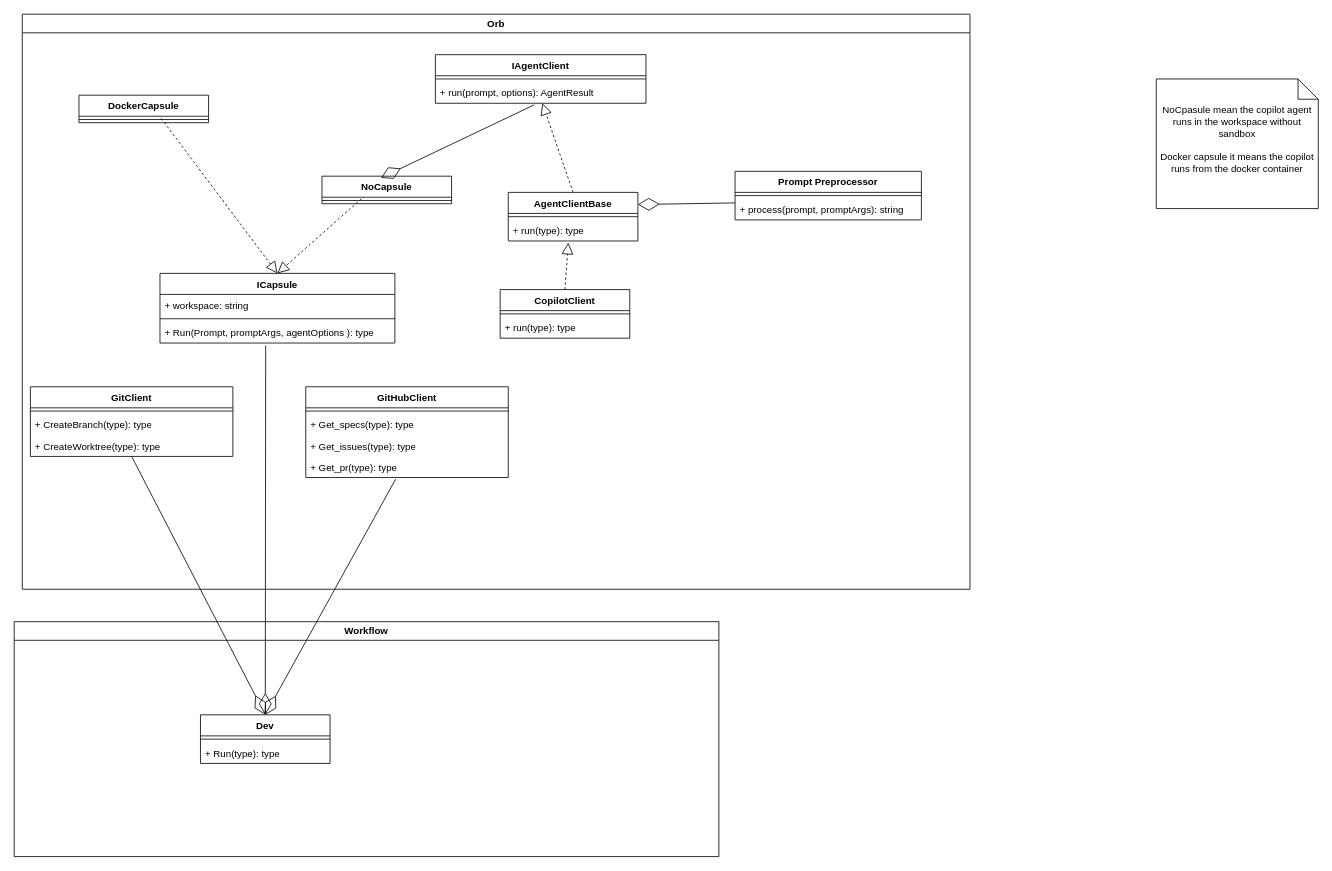
The draw.io diagram page "Class" (1 of 3) of Untitled Diagram.drawio in antshc/loop, before the edit. Source tidied: cells renumbered, new cells numbered last; positions are measured from the earlier drawing's top-left corner, leaving out a move shared by most shapes. Both pictures are drawn from the tidied source at 81%, with x=0, y=0 at pixel (14, 14).
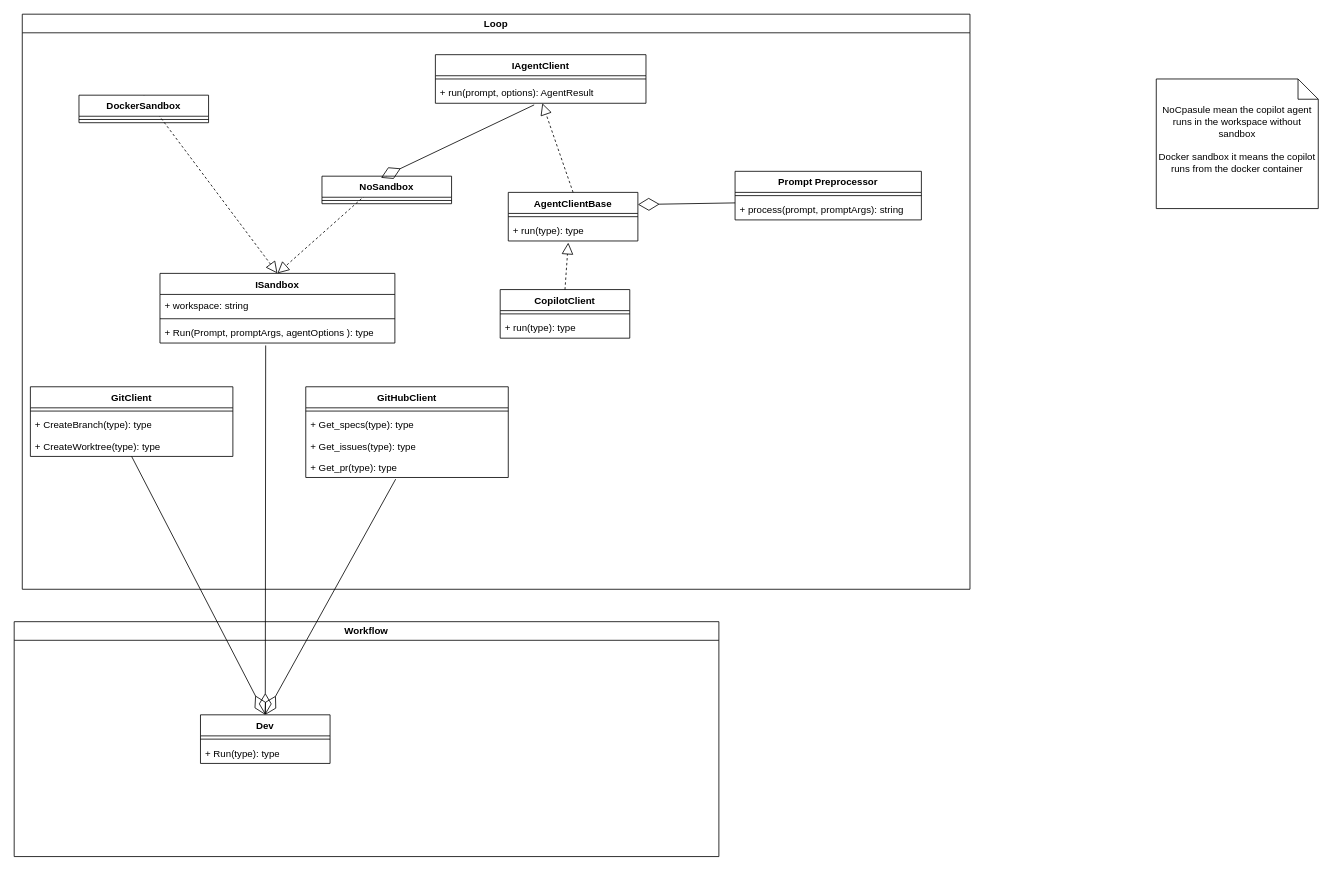
The same page after the edit.

Diff of the diagram source:
```diff
@@
-    <mxCell id="2" value="NoCpasule mean the copilot agent runs in the workspace without sandbox&lt;div&gt;&lt;br&gt;&lt;/div&gt;&lt;div&gt;Docker capsule it means the copilot runs from the docker container&lt;/div&gt;" style="shape=note2;boundedLbl=1;whiteSpace=wrap;html=1;size=25;verticalAlign=top;align=center;" parent="1" vertex="1">
+    <mxCell id="2" value="NoCpasule mean the copilot agent runs in the workspace without sandbox&lt;div&gt;&lt;br&gt;&lt;/div&gt;&lt;div&gt;Docker sandbox it means the copilot runs from the docker container&lt;/div&gt;" style="shape=note2;boundedLbl=1;whiteSpace=wrap;html=1;size=25;verticalAlign=top;align=center;" parent="1" vertex="1">
       <mxGeometry x="1410" y="80" width="200" height="160" as="geometry" />
     </mxCell>
-    <mxCell id="3" value="Orb" style="swimlane;whiteSpace=wrap;html=1;" parent="1" vertex="1">
+    <mxCell id="3" value="Loop" style="swimlane;whiteSpace=wrap;html=1;" parent="1" vertex="1">
       <mxGeometry x="10" width="1170" height="710" as="geometry" />
     </mxCell>
-    <mxCell id="4" value="ICapsule" style="swimlane;fontStyle=1;align=center;verticalAlign=top;horizontal=1;startSize=26;whiteSpace=wrap;html=1;" parent="3" vertex="1">
+    <mxCell id="4" value="ISandbox" style="swimlane;fontStyle=1;align=center;verticalAlign=top;horizontal=1;startSize=26;whiteSpace=wrap;html=1;" parent="3" vertex="1">
       <mxGeometry x="170" y="320" width="290" height="86" as="geometry" />
     </mxCell>
@@
-    <mxCell id="10" value="NoCapsule" style="swimlane;fontStyle=1;align=center;verticalAlign=top;horizontal=1;startSize=26;whiteSpace=wrap;html=1;" parent="3" vertex="1">
+    <mxCell id="10" value="NoSandbox" style="swimlane;fontStyle=1;align=center;verticalAlign=top;horizontal=1;startSize=26;whiteSpace=wrap;html=1;" parent="3" vertex="1">
       <mxGeometry x="370" y="200" width="160" height="34" as="geometry" />
     </mxCell>
@@
-    <mxCell id="13" value="DockerCapsule" style="swimlane;fontStyle=1;align=center;verticalAlign=top;horizontal=1;startSize=26;whiteSpace=wrap;html=1;" parent="3" vertex="1">
+    <mxCell id="13" value="DockerSandbox" style="swimlane;fontStyle=1;align=center;verticalAlign=top;horizontal=1;startSize=26;whiteSpace=wrap;html=1;" parent="3" vertex="1">
       <mxGeometry x="70" y="100" width="160" height="34" as="geometry" />
     </mxCell>
```
